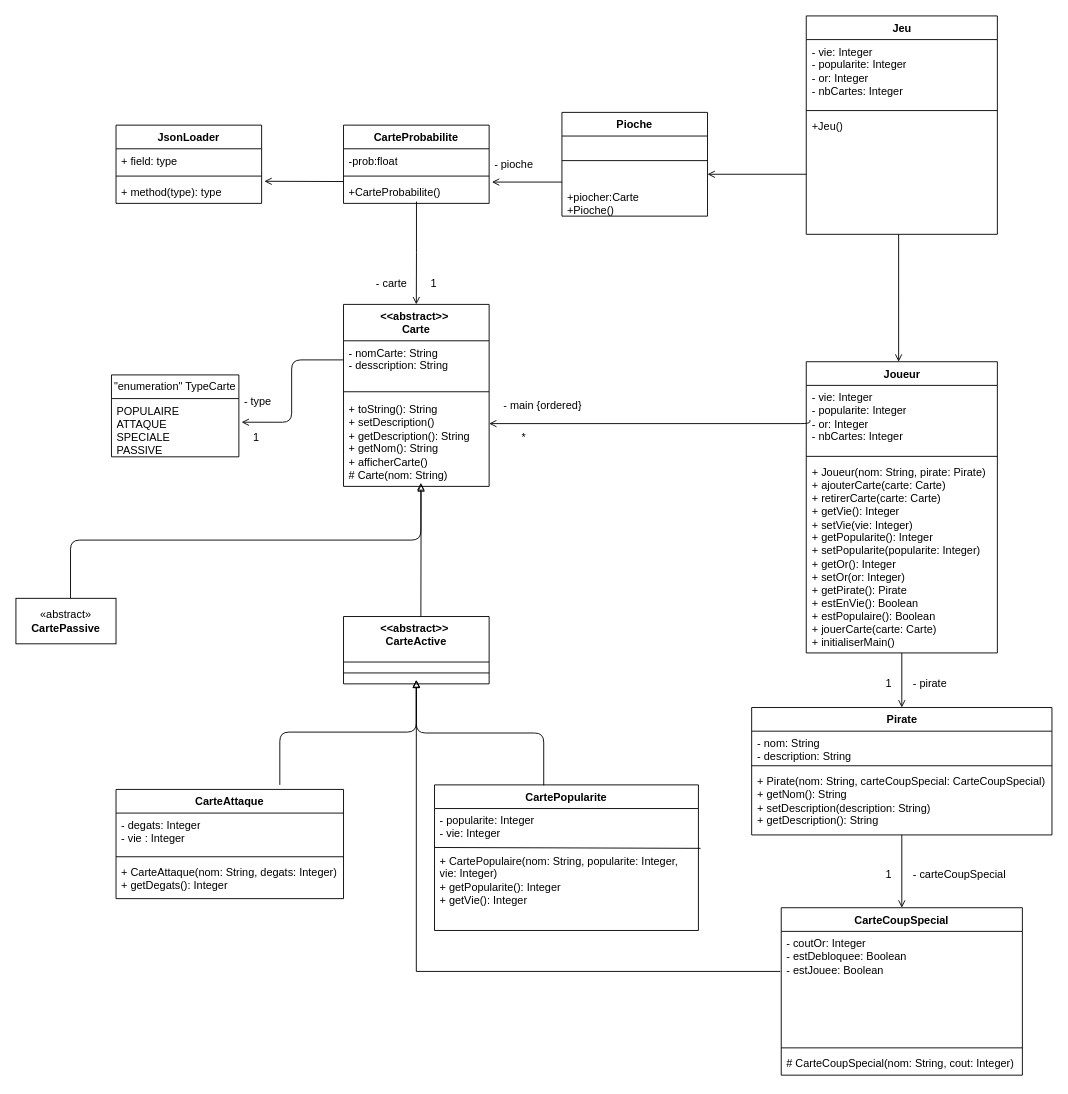
The draw.io diagram UML.drawio in coco875/ProjetPirate, before the edit. Source tidied: cells renumbered, new cells numbered last; positions are measured from the earlier drawing's top-left corner, leaving out a move shared by most shapes. Both pictures are drawn from the tidied source at 91%, with x=0, y=0 at pixel (15, 15).
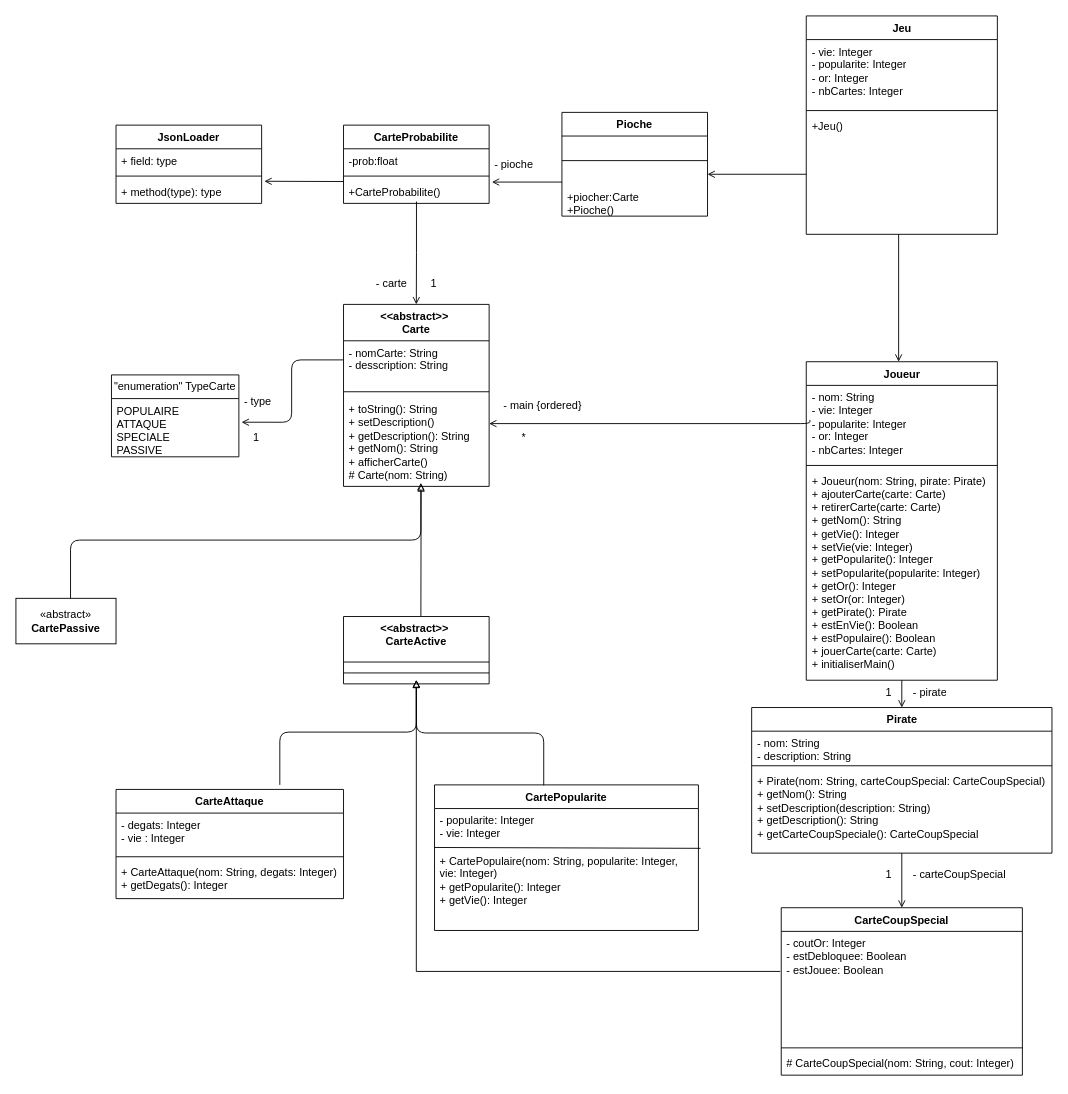
The same diagram, later.

Commit message:
Maj UML - ajout Joueur.nom et Pirate.getCarteCoupSpecial

What changed in the source:
```diff
@@
     <mxCell id="8" value="Joueur" style="swimlane;fontStyle=1;align=center;verticalAlign=top;horizontal=1;startSize=26;whiteSpace=wrap;html=1;" parent="1" vertex="1">
-      <mxGeometry x="868.5" y="380" width="210" height="320" as="geometry" />
+      <mxGeometry x="868.5" y="380" width="210" height="350" as="geometry" />
     </mxCell>
-    <mxCell id="9" value="- vie: Integer&lt;div&gt;- popularite: Integer&lt;/div&gt;&lt;div&gt;- or: Integer&lt;/div&gt;&lt;div&gt;- nbCartes: Integer&lt;/div&gt;" style="text;strokeColor=none;fillColor=none;align=left;verticalAlign=top;spacingLeft=4;spacingRight=4;overflow=hidden;whiteSpace=wrap;html=1;" parent="8" vertex="1">
-      <mxGeometry y="26" width="210" height="74" as="geometry" />
+    <mxCell id="9" value="&lt;div&gt;- nom: String&lt;/div&gt;- vie: Integer&lt;div&gt;- popularite: Integer&lt;/div&gt;&lt;div&gt;- or: Integer&lt;/div&gt;&lt;div&gt;- nbCartes: Integer&lt;/div&gt;" style="text;strokeColor=none;fillColor=none;align=left;verticalAlign=top;spacingLeft=4;spacingRight=4;overflow=hidden;whiteSpace=wrap;html=1;" parent="8" vertex="1">
+      <mxGeometry y="26" width="210" height="84" as="geometry" />
     </mxCell>
     <mxCell id="10" style="line;strokeWidth=1;fillColor=none;align=left;verticalAlign=middle;spacingTop=-1;spacingLeft=3;spacingRight=3;labelPosition=right;strokeColor=inherit;" parent="8" vertex="1">
-      <mxGeometry y="100" width="210" height="8" as="geometry" />
+      <mxGeometry y="110" width="210" height="8" as="geometry" />
     </mxCell>
-    <mxCell id="11" value="+ Joueur(nom: String, pirate: Pirate)&lt;div&gt;+ ajouterCarte(carte: Carte)&lt;/div&gt;&lt;div&gt;+ retirerCarte(carte: Carte)&lt;/div&gt;&lt;div&gt;+ getVie(): Integer&lt;/div&gt;&lt;div&gt;+ setVie(vie: Integer)&lt;/div&gt;&lt;div&gt;+ getPopularite(): Integer&lt;/div&gt;&lt;div&gt;+ setPopularite(popularite: Integer)&lt;/div&gt;&lt;div&gt;+ getOr(): Integer&lt;/div&gt;&lt;div&gt;+ setOr(or: Integer)&lt;/div&gt;&lt;div&gt;+ getPirate(): Pirate&lt;/div&gt;&lt;div&gt;+ estEnVie(): Boolean&lt;/div&gt;&lt;div&gt;+ estPopulaire(): Boolean&lt;/div&gt;&lt;div&gt;+ jouerCarte(carte: Carte)&lt;/div&gt;&lt;div&gt;+ initialiserMain()&lt;/div&gt;" style="text;strokeColor=none;fillColor=none;align=left;verticalAlign=top;spacingLeft=4;spacingRight=4;overflow=hidden;whiteSpace=wrap;html=1;" parent="8" vertex="1">
-      <mxGeometry y="108" width="210" height="212" as="geometry" />
+    <mxCell id="11" value="+ Joueur(nom: String, pirate: Pirate)&lt;div&gt;+ ajouterCarte(carte: Carte)&lt;/div&gt;&lt;div&gt;+ retirerCarte(carte: Carte)&lt;/div&gt;&lt;div&gt;+ getNom(): String&lt;/div&gt;&lt;div&gt;+ getVie(): Integer&lt;/div&gt;&lt;div&gt;+ setVie(vie: Integer)&lt;/div&gt;&lt;div&gt;+ getPopularite(): Integer&lt;/div&gt;&lt;div&gt;+ setPopularite(popularite: Integer)&lt;/div&gt;&lt;div&gt;+ getOr(): Integer&lt;/div&gt;&lt;div&gt;+ setOr(or: Integer)&lt;/div&gt;&lt;div&gt;+ getPirate(): Pirate&lt;/div&gt;&lt;div&gt;+ estEnVie(): Boolean&lt;/div&gt;&lt;div&gt;+ estPopulaire(): Boolean&lt;/div&gt;&lt;div&gt;+ jouerCarte(carte: Carte)&lt;/div&gt;&lt;div&gt;+ initialiserMain()&lt;/div&gt;" style="text;strokeColor=none;fillColor=none;align=left;verticalAlign=top;spacingLeft=4;spacingRight=4;overflow=hidden;whiteSpace=wrap;html=1;" parent="8" vertex="1">
+      <mxGeometry y="118" width="210" height="232" as="geometry" />
     </mxCell>
@@
     <mxCell id="13" value="Pirate" style="swimlane;fontStyle=1;align=center;verticalAlign=top;horizontal=1;startSize=26;whiteSpace=wrap;html=1;" parent="1" vertex="1">
-      <mxGeometry x="808.5" y="760" width="330" height="140" as="geometry" />
+      <mxGeometry x="808.5" y="760" width="330" height="160" as="geometry" />
     </mxCell>
@@
-    <mxCell id="16" value="+ Pirate(nom: String, carteCoupSpecial: CarteCoupSpecial)&lt;div&gt;+ getNom(): String&lt;br&gt;+ setDescription(description: String)&lt;br&gt;+ getDescription(): String&lt;/div&gt;&lt;div&gt;&lt;br&gt;&lt;/div&gt;" style="text;strokeColor=none;fillColor=none;align=left;verticalAlign=top;spacingLeft=4;spacingRight=4;overflow=hidden;whiteSpace=wrap;html=1;" parent="13" vertex="1">
-      <mxGeometry y="68" width="330" height="72" as="geometry" />
+    <mxCell id="16" value="+ Pirate(nom: String, carteCoupSpecial: CarteCoupSpecial)&lt;div&gt;+ getNom(): String&lt;br&gt;+ setDescription(description: String)&lt;br&gt;+ getDescription(): String&lt;/div&gt;&lt;div&gt;+ getCarteCoupSpeciale(): CarteCoupSpecial&lt;/div&gt;&lt;div&gt;&lt;br&gt;&lt;/div&gt;" style="text;strokeColor=none;fillColor=none;align=left;verticalAlign=top;spacingLeft=4;spacingRight=4;overflow=hidden;whiteSpace=wrap;html=1;" parent="13" vertex="1">
+      <mxGeometry y="68" width="330" height="92" as="geometry" />
     </mxCell>
@@
     <mxCell id="34" value="- pirate" style="text;strokeColor=none;fillColor=none;align=left;verticalAlign=top;spacingLeft=4;spacingRight=4;overflow=hidden;whiteSpace=wrap;html=1;" parent="1" vertex="1">
-      <mxGeometry x="980" y="720" width="63" height="26" as="geometry" />
+      <mxGeometry x="980" y="730" width="63" height="26" as="geometry" />
     </mxCell>
@@
     <mxCell id="43" value="1" style="text;strokeColor=none;fillColor=none;align=left;verticalAlign=top;spacingLeft=4;spacingRight=4;overflow=hidden;whiteSpace=wrap;html=1;" parent="1" vertex="1">
-      <mxGeometry x="950" y="720" width="20" height="26" as="geometry" />
+      <mxGeometry x="950" y="730" width="20" height="26" as="geometry" />
     </mxCell>
```
